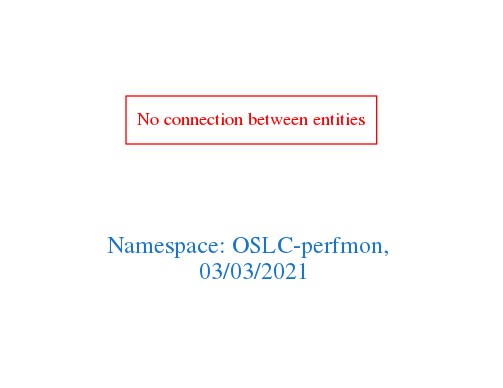
Earlier version of the Graphviz export downloads/OSLC-perfmon.png (arago/OGIT). Its source is kept beside it as downloads/OSLC-perfmon.dot.
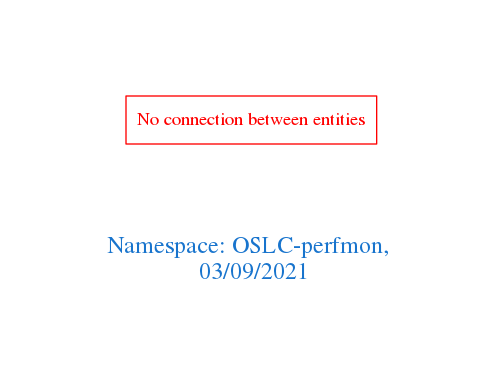
The same file after the commit.

Diff of the diagram source:
```diff
@@ -1,7 +1,7 @@
 digraph OGIT_ontology {
  graph [ rankdir= LR,pad=1
 fontsize = 18,
-fontcolor= dodgerblue3,label = "\n\n\nNamespace: OSLC-perfmon, \n 03/03/2021"];
+fontcolor= dodgerblue3,label = "\n\n\nNamespace: OSLC-perfmon, \n 03/09/2021"];
 node[shape=polygon];
 edge [  color="gray81"];
 
```
